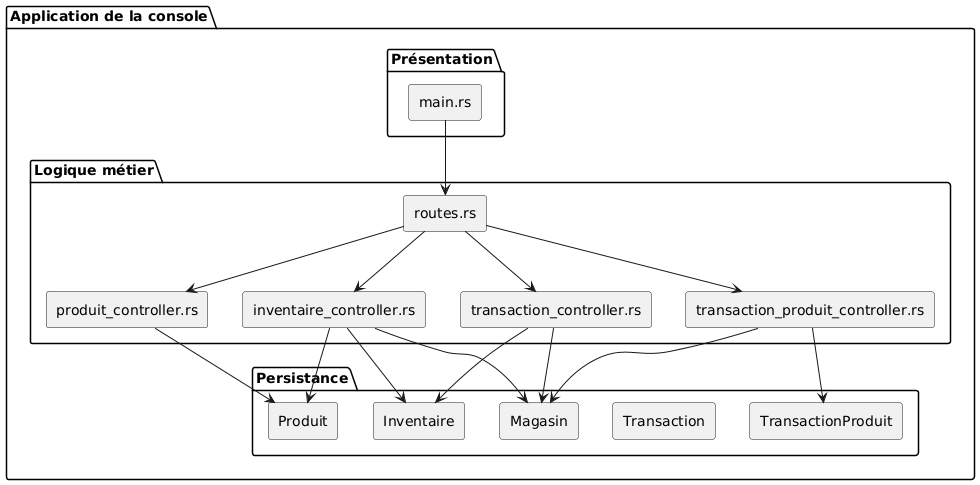
Earlier version of the PlantUML export docs/images/implementation_centre_logistique.png (Barlow-Personal-Git/Projet_LOG430).
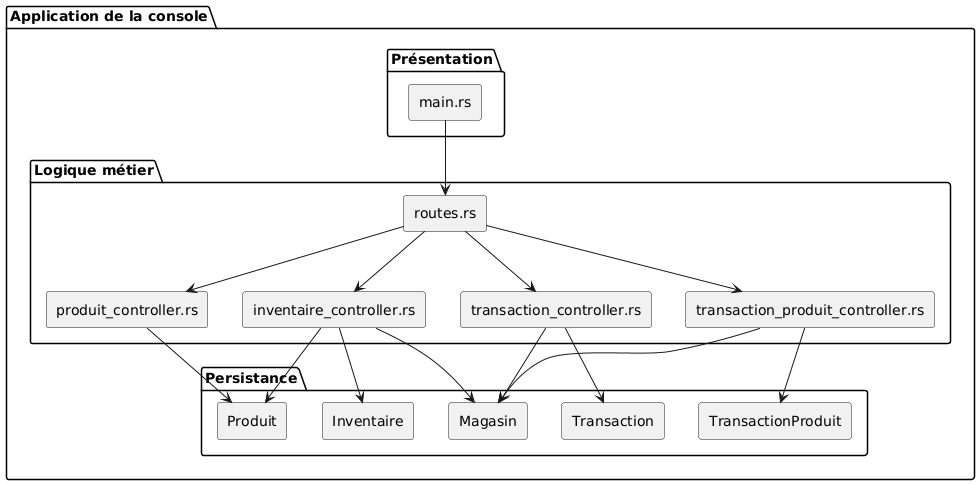
Above is the later version.

The edit, as a diff of the source:
```diff
@@ -36,7 +36,7 @@
 
   "produit_controller.rs" --> "Produit"
 
-  "transaction_controller.rs" --> "Inventaire"
+  "transaction_controller.rs" --> "Transaction"
   "transaction_controller.rs" --> "Magasin"
 
   "transaction_produit_controller.rs" --> "TransactionProduit"
```
